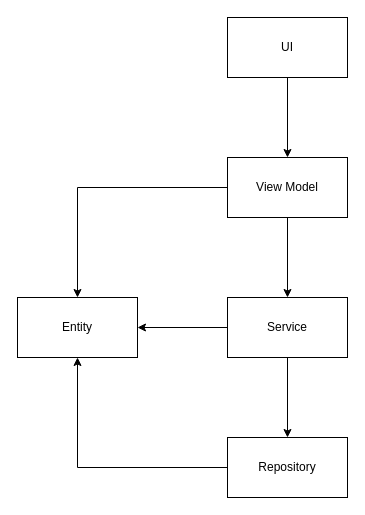
Earlier version of the draw.io diagram 未命名绘图.drawio (oange6214/NoMappingBySample). Source tidied: cells renumbered, new cells numbered last; positions are measured from the earlier drawing's top-left corner, leaving out a move shared by most shapes. Both pictures are drawn from the tidied source at 100%, with x=0, y=0 at pixel (17, 17).
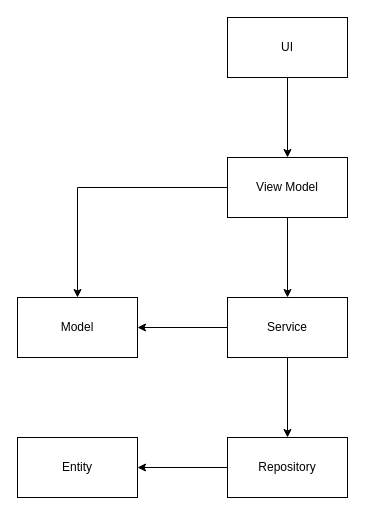
After the change.

The edit, as a diff of the source:
```diff
@@
 <mxGraphModel>
   <root>
     <mxCell id="0" />
     <mxCell id="1" parent="0" />
     <mxCell id="2" style="edgeStyle=orthogonalEdgeStyle;rounded=0;jettySize=auto;html=1;" parent="1" edge="1" source="3" target="6">
       <mxGeometry relative="1" as="geometry" />
     </mxCell>
     <mxCell id="3" value="UI" style="rounded=0;whiteSpace=wrap;html=1;" parent="1" vertex="1">
       <mxGeometry x="210" width="120" height="60" as="geometry" />
     </mxCell>
     <mxCell id="4" style="edgeStyle=orthogonalEdgeStyle;rounded=0;jettySize=auto;html=1;" parent="1" edge="1" source="6" target="9">
       <mxGeometry relative="1" as="geometry" />
     </mxCell>
     <mxCell id="5" style="edgeStyle=orthogonalEdgeStyle;rounded=0;jettySize=auto;html=1;entryX=0.5;entryY=0;entryDx=0;entryDy=0;" parent="1" edge="1" source="6" target="12">
       <mxGeometry relative="1" as="geometry" />
     </mxCell>
     <mxCell id="6" value="View Model" style="rounded=0;whiteSpace=wrap;html=1;" parent="1" vertex="1">
       <mxGeometry x="210" y="140" width="120" height="60" as="geometry" />
     </mxCell>
     <mxCell id="7" style="edgeStyle=orthogonalEdgeStyle;rounded=0;jettySize=auto;html=1;" parent="1" edge="1" source="9" target="11">
       <mxGeometry relative="1" as="geometry" />
     </mxCell>
     <mxCell id="8" style="edgeStyle=orthogonalEdgeStyle;rounded=0;jettySize=auto;html=1;entryX=1;entryY=0.5;entryDx=0;entryDy=0;" parent="1" edge="1" source="9" target="12">
       <mxGeometry relative="1" as="geometry" />
     </mxCell>
     <mxCell id="9" value="Service" style="rounded=0;whiteSpace=wrap;html=1;" parent="1" vertex="1">
       <mxGeometry x="210" y="280" width="120" height="60" as="geometry" />
     </mxCell>
-    <mxCell id="10" style="edgeStyle=orthogonalEdgeStyle;rounded=0;jettySize=auto;html=1;" parent="1" edge="1" source="11" target="12">
+    <mxCell id="10" style="edgeStyle=orthogonalEdgeStyle;rounded=0;jettySize=auto;html=1;entryX=1;entryY=0.5;entryDx=0;entryDy=0;" parent="1" edge="1" source="11" target="13">
       <mxGeometry relative="1" as="geometry" />
     </mxCell>
     <mxCell id="11" value="Repository" style="rounded=0;whiteSpace=wrap;html=1;" parent="1" vertex="1">
       <mxGeometry x="210" y="420" width="120" height="60" as="geometry" />
     </mxCell>
-    <mxCell id="12" value="Entity" style="rounded=0;whiteSpace=wrap;html=1;" parent="1" vertex="1">
+    <mxCell id="12" value="Model" style="rounded=0;whiteSpace=wrap;html=1;" parent="1" vertex="1">
       <mxGeometry y="280" width="120" height="60" as="geometry" />
     </mxCell>
+    <mxCell id="13" value="Entity" style="rounded=0;whiteSpace=wrap;html=1;" parent="1" vertex="1">
+      <mxGeometry y="420" width="120" height="60" as="geometry" />
+    </mxCell>
   </root>
 </mxGraphModel>
```
